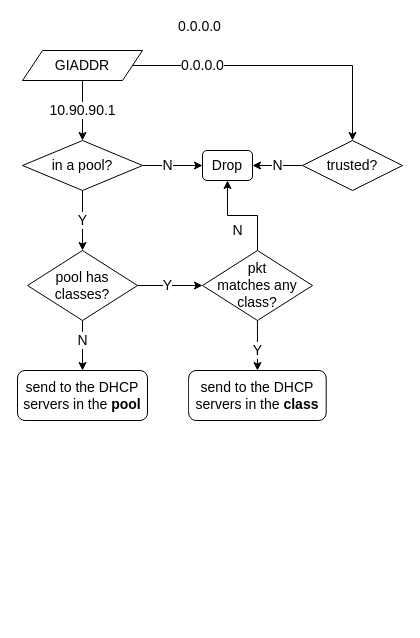
Before: DHCPRelay.drawio in alexksx/examples, a draw.io diagram. Source tidied: cells renumbered, new cells numbered last; positions are measured from the earlier drawing's top-left corner, leaving out a move shared by most shapes. Both pictures are drawn from the tidied source at 100%, with x=0, y=0 at pixel (17, 50).
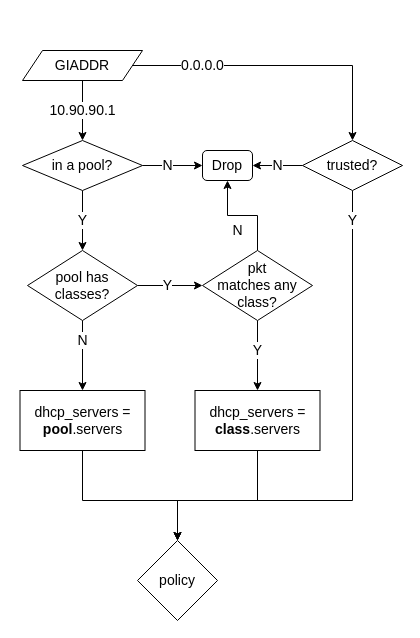
The same diagram, later.

Unchanged cells that the change refers to:
```xml
<mxCell id="2" style="edgeStyle=orthogonalEdgeStyle;rounded=0;jettySize=auto;html=1;exitX=1;exitY=0.5;exitDx=0;exitDy=0;entryX=0.5;entryY=0;entryDx=0;entryDy=0;" parent="1" edge="1" source="5" target="13">
  <mxGeometry relative="1" as="geometry">
    <Array as="points">
      <mxPoint x="335" y="15" />
    </Array>
  </mxGeometry>
</mxCell>
<mxCell id="13" value="trusted?" style="rhombus;whiteSpace=wrap;html=1;labelBackgroundColor=#ffffff;fontSize=14;" parent="1" vertex="1">
  <mxGeometry x="285" y="90" width="100" height="50" as="geometry" />
</mxCell>
<mxCell id="20" value="pool has classes?" style="rhombus;whiteSpace=wrap;html=1;labelBackgroundColor=none;fontSize=14;" parent="1" vertex="1">
  <mxGeometry x="10" y="200" width="110" height="70" as="geometry" />
</mxCell>
<mxCell id="23" value="&lt;div&gt;pkt&lt;/div&gt;&lt;div&gt; matches any class?&lt;/div&gt;" style="rhombus;whiteSpace=wrap;html=1;labelBackgroundColor=none;fontSize=14;" parent="1" vertex="1">
  <mxGeometry x="185" y="200" width="110" height="70" as="geometry" />
</mxCell>
```

Diff of the diagram source:
```diff
@@
-    <mxCell id="3" value="0.0.0.0" style="edgeLabel;html=1;align=center;verticalAlign=middle;fontSize=14;" parent="2" vertex="1">
-      <mxGeometry x="-0.08" relative="1" as="geometry">
-        <mxPoint x="-70" y="-40" as="offset" />
-      </mxGeometry>
-    </mxCell>
@@
+    <mxCell id="29" style="edgeStyle=orthogonalEdgeStyle;rounded=0;jettySize=auto;html=1;fontSize=14;entryX=0.5;entryY=0;entryDx=0;entryDy=0;" parent="1" edge="1" source="13" target="34">
+      <mxGeometry relative="1" as="geometry">
+        <Array as="points">
+          <mxPoint x="335" y="450" />
+          <mxPoint x="160" y="450" />
+        </Array>
+      </mxGeometry>
+    </mxCell>
@@
-    <mxCell id="16" value="send to the DHCP servers in the &lt;b&gt;pool&lt;/b&gt;" style="rounded=1;whiteSpace=wrap;html=1;labelBackgroundColor=#ffffff;fontSize=14;" parent="1" vertex="1">
-      <mxGeometry y="320" width="130" height="50" as="geometry" />
-    </mxCell>
@@
-    <mxCell id="19" style="edgeStyle=orthogonalEdgeStyle;rounded=0;jettySize=auto;html=1;entryX=0.5;entryY=0;entryDx=0;entryDy=0;fontSize=14;" parent="1" edge="1" source="20" target="16">
+    <mxCell id="19" style="edgeStyle=orthogonalEdgeStyle;rounded=0;jettySize=auto;html=1;entryX=0.5;entryY=0;entryDx=0;entryDy=0;fontSize=14;" parent="1" edge="1" source="20" target="31">
       <mxGeometry relative="1" as="geometry" />
     </mxCell>
@@
-    <mxCell id="22" style="edgeStyle=orthogonalEdgeStyle;rounded=0;jettySize=auto;html=1;fontSize=14;entryX=0.5;entryY=0;entryDx=0;entryDy=0;" parent="1" edge="1" source="23" target="28">
+    <mxCell id="22" style="edgeStyle=orthogonalEdgeStyle;rounded=0;jettySize=auto;html=1;fontSize=14;entryX=0.5;entryY=0;entryDx=0;entryDy=0;" parent="1" edge="1" source="23" target="33">
       <mxGeometry relative="1" as="geometry" />
     </mxCell>
@@
-    <mxCell id="28" value="send to the DHCP servers in the &lt;b&gt;class&lt;/b&gt;" style="rounded=1;whiteSpace=wrap;html=1;labelBackgroundColor=#ffffff;fontSize=14;" parent="1" vertex="1">
-      <mxGeometry x="171.2" y="320" width="137.5" height="50" as="geometry" />
-    </mxCell>
+    <mxCell id="30" style="edgeStyle=orthogonalEdgeStyle;rounded=0;jettySize=auto;html=1;entryX=0.5;entryY=0;entryDx=0;entryDy=0;fontSize=14;" parent="1" edge="1" source="31" target="34">
+      <mxGeometry relative="1" as="geometry">
+        <Array as="points">
+          <mxPoint x="65" y="450" />
+          <mxPoint x="160" y="450" />
+        </Array>
+      </mxGeometry>
+    </mxCell>
+    <mxCell id="31" value="dhcp_servers = &lt;b&gt;pool&lt;/b&gt;.servers" style="rounded=0;whiteSpace=wrap;html=1;labelBackgroundColor=none;fontSize=14;" parent="1" vertex="1">
+      <mxGeometry x="2.5" y="340" width="125" height="60" as="geometry" />
+    </mxCell>
+    <mxCell id="32" style="edgeStyle=orthogonalEdgeStyle;rounded=0;jettySize=auto;html=1;entryX=0.5;entryY=0;entryDx=0;entryDy=0;fontSize=14;" parent="1" edge="1" source="33" target="34">
+      <mxGeometry relative="1" as="geometry">
+        <Array as="points">
+          <mxPoint x="240" y="450" />
+          <mxPoint x="160" y="450" />
+        </Array>
+      </mxGeometry>
+    </mxCell>
+    <mxCell id="33" value="dhcp_servers = &lt;b&gt;class&lt;/b&gt;.servers" style="rounded=0;whiteSpace=wrap;html=1;labelBackgroundColor=none;fontSize=14;" parent="1" vertex="1">
+      <mxGeometry x="177.5" y="340" width="125" height="60" as="geometry" />
+    </mxCell>
+    <mxCell id="34" value="policy" style="rhombus;whiteSpace=wrap;html=1;labelBackgroundColor=none;fontSize=14;" parent="1" vertex="1">
+      <mxGeometry x="120" y="490" width="80" height="80" as="geometry" />
+    </mxCell>
+    <mxCell id="35" value="Y" style="text;html=1;align=center;verticalAlign=middle;fontSize=14;labelBackgroundColor=#ffffff;" parent="1" vertex="1">
+      <mxGeometry x="325" y="160" width="20" height="20" as="geometry" />
+    </mxCell>
```
